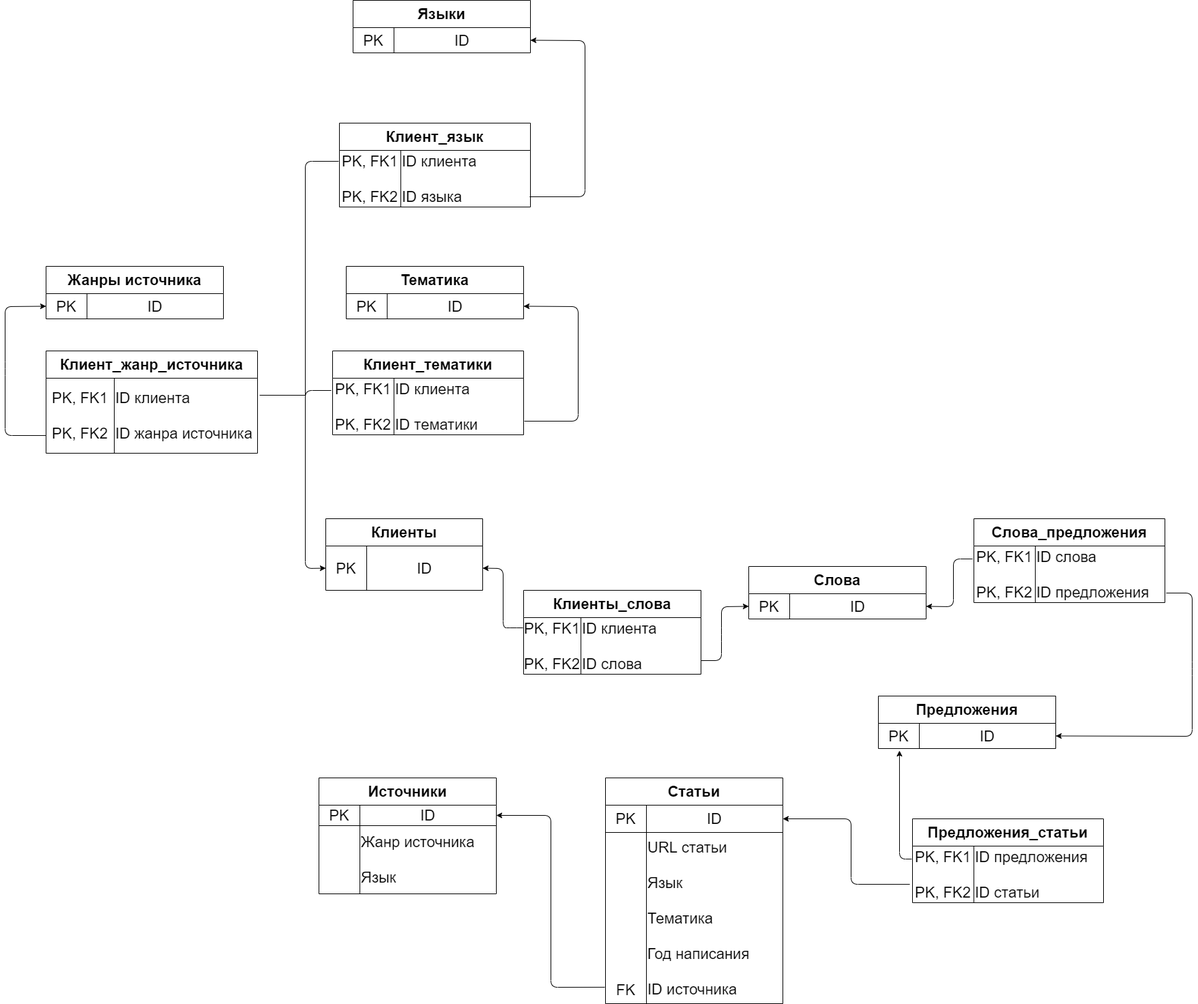
The draw.io diagram TRD_updated.png in AgeevAA/DB-project, before a commit. Source tidied: cells renumbered, new cells last; positions are measured from the earlier drawing's top-left corner, leaving out a move shared by most shapes.
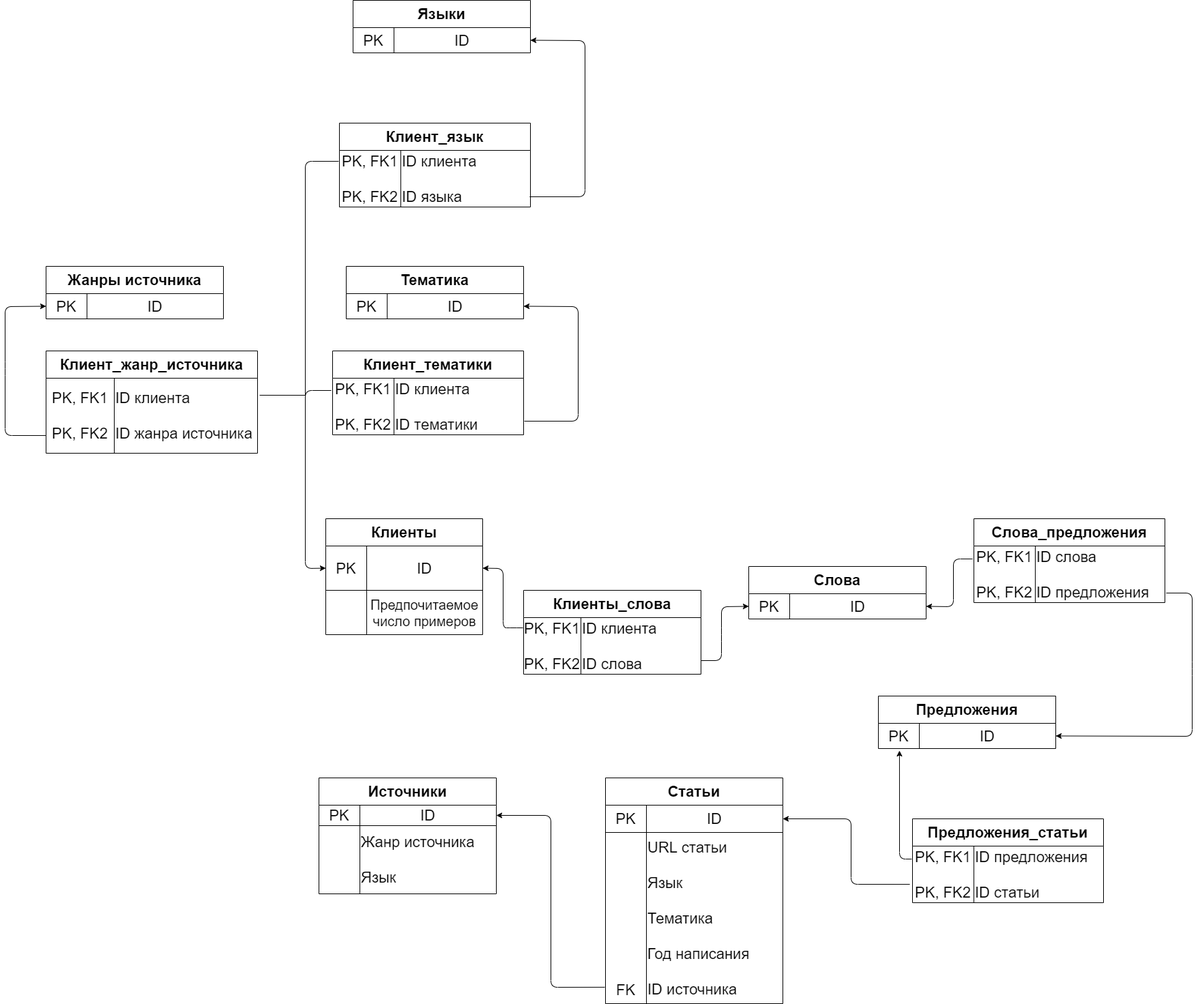
After the commit.

Diff of the diagram source:
```diff
@@ -3,7 +3,7 @@
     <mxCell id="0" />
     <mxCell id="1" parent="0" />
     <mxCell id="2" value="&lt;font style=&quot;font-size: 22px&quot;&gt;Клиенты&lt;/font&gt;" style="shape=table;html=1;whiteSpace=wrap;startSize=40;fontStyle=1;align=center;" parent="1" vertex="1">
-      <mxGeometry x="470" y="760" width="230" height="105" as="geometry" />
+      <mxGeometry x="470" y="760" width="230" height="170" as="geometry" />
     </mxCell>
     <mxCell id="3" style="shape=partialRectangle;html=1;whiteSpace=wrap;fillColor=none;top=0;left=0;bottom=0;right=0;points=[[0,0.5],[1,0.5]];portConstraint=eastwest;" parent="2" vertex="1">
       <mxGeometry y="40" width="230" height="65" as="geometry" />
@@ -14,6 +14,15 @@
     <mxCell id="5" value="&lt;font style=&quot;font-size: 22px&quot;&gt;ID&lt;/font&gt;" style="shape=partialRectangle;html=1;whiteSpace=wrap;fillColor=none;top=0;left=0;bottom=0;right=0;overflow=hidden;" parent="3" vertex="1">
       <mxGeometry x="60" width="170" height="65" as="geometry" />
     </mxCell>
+    <mxCell id="77" style="shape=partialRectangle;html=1;whiteSpace=wrap;fillColor=none;top=0;left=0;bottom=0;right=0;" parent="2" vertex="1">
+      <mxGeometry y="105" width="230" height="65" as="geometry" />
+    </mxCell>
+    <mxCell id="78" style="shape=partialRectangle;html=1;whiteSpace=wrap;fillColor=none;top=0;left=0;bottom=0;right=0;overflow=hidden;" parent="77" vertex="1">
+      <mxGeometry width="60" height="65" as="geometry" />
+    </mxCell>
+    <mxCell id="79" value="&lt;font style=&quot;font-size: 20px&quot;&gt;Предпочитаемое число примеров&lt;/font&gt;" style="shape=partialRectangle;html=1;whiteSpace=wrap;fillColor=none;top=0;left=0;bottom=0;right=0;overflow=hidden;" parent="77" vertex="1">
+      <mxGeometry x="60" width="170" height="65" as="geometry" />
+    </mxCell>
     <mxCell id="6" value="&lt;span style=&quot;font-size: 22px&quot;&gt;Слова&lt;/span&gt;" style="shape=table;html=1;whiteSpace=wrap;startSize=40;fontStyle=1;align=center;" parent="1" vertex="1">
       <mxGeometry x="1090" y="830" width="260" height="77" as="geometry" />
     </mxCell>
```
